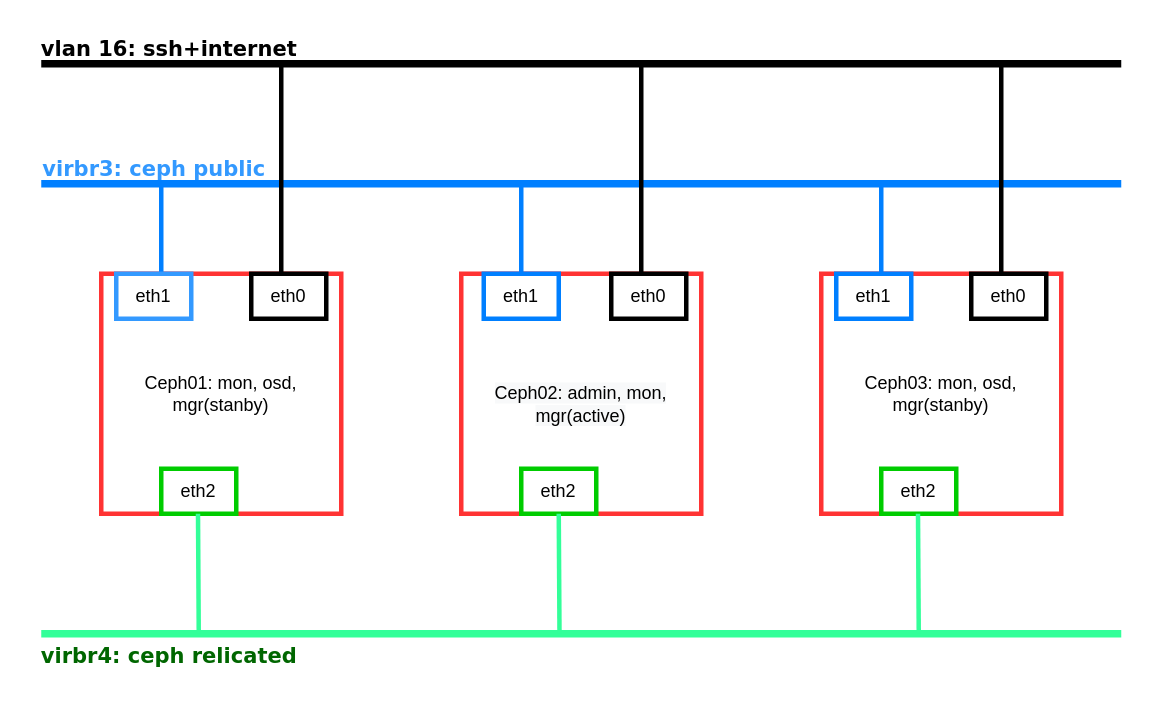
The draw.io diagram Lý Thuyết cơ bản/CEPH/Mo hinh ceph 3 node.drawio in Phuc-gif051/ThucTap2022, before the edit. Source tidied: cells renumbered, new cells numbered last; positions are measured from the earlier drawing's top-left corner, leaving out a move shared by most shapes. Both pictures are drawn from the tidied source at 150%, with x=0, y=0 at pixel (26, 26).
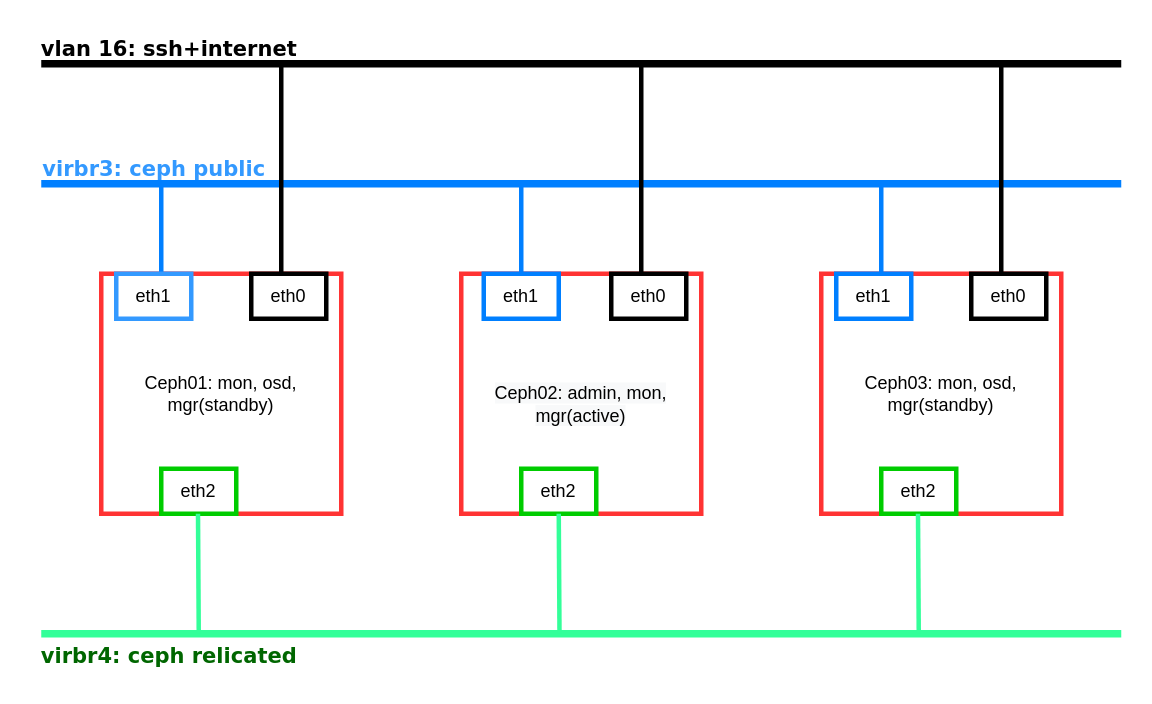
The same page after the edit.

What changed in the source:
```diff
@@
-    <mxCell id="2" value="Ceph01: mon, osd, mgr(stanby)" style="whiteSpace=wrap;html=1;shadow=0;strokeColor=#FF3333;strokeWidth=3;" parent="1" vertex="1">
+    <mxCell id="2" value="Ceph01: mon, osd, mgr(standby)" style="whiteSpace=wrap;html=1;shadow=0;strokeColor=#FF3333;strokeWidth=3;" parent="1" vertex="1">
       <mxGeometry x="50" y="165" width="160" height="160" as="geometry" />
     </mxCell>
@@
-    <mxCell id="4" value="Ceph03: mon, osd, mgr(stanby)" style="whiteSpace=wrap;html=1;strokeColor=#FF3333;strokeWidth=3;" parent="1" vertex="1">
+    <mxCell id="4" value="Ceph03: mon, osd, mgr(standby)" style="whiteSpace=wrap;html=1;strokeColor=#FF3333;strokeWidth=3;" parent="1" vertex="1">
       <mxGeometry x="530" y="165" width="160" height="160" as="geometry" />
     </mxCell>
```
